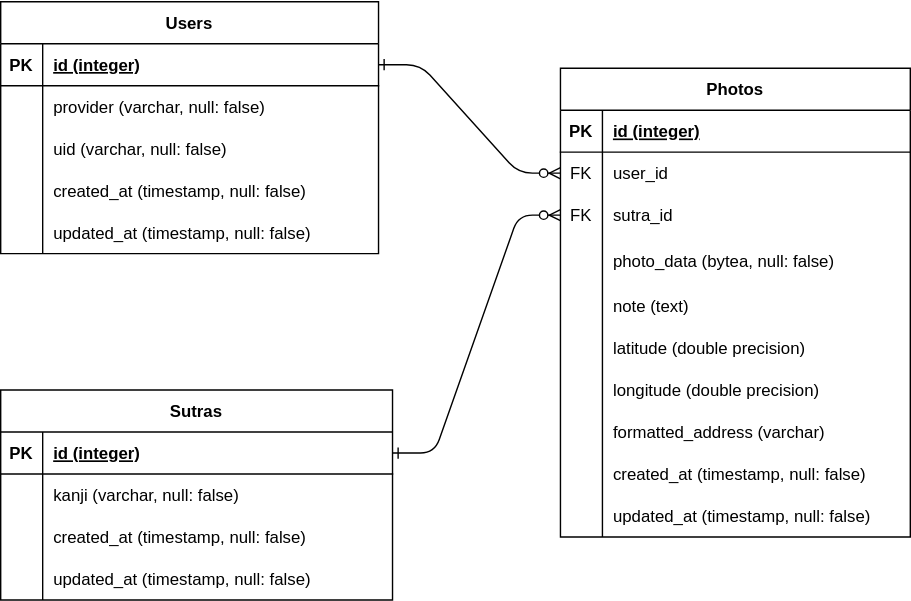
shirotamaki/entity-relationship-diagram keeps this draw.io diagram as outdoor-heart-sutra.drawio.svg. Above is the earlier version. Source tidied: cells renumbered, new cells last; positions are measured from the earlier drawing's top-left corner, leaving out a move shared by most shapes. Its diagram source:
```xml
<mxGraphModel>
  <root>
    <mxCell id="0" />
    <mxCell id="1" parent="0" />
    <mxCell id="2" value="Photos" style="shape=table;startSize=30;rowLines=0;fontStyle=1;align=center;" parent="1" vertex="1">
      <mxGeometry x="400" y="48" width="250" height="335" as="geometry" />
    </mxCell>
    <mxCell id="3" style="shape=partialRectangle;fillColor=none;top=0;left=0;right=0;bottom=1;" parent="2" vertex="1">
      <mxGeometry y="30" width="250" height="30" as="geometry" />
    </mxCell>
    <mxCell id="4" value="PK" style="shape=partialRectangle;overflow=hidden;fillColor=none;top=0;left=0;bottom=0;right=0;fontStyle=1;" parent="3" vertex="1">
      <mxGeometry width="30" height="30" as="geometry" />
    </mxCell>
    <mxCell id="5" value="id (integer)" style="shape=partialRectangle;overflow=hidden;fillColor=none;top=0;left=0;bottom=0;right=0;align=left;spacingLeft=6;fontStyle=5;" parent="3" vertex="1">
      <mxGeometry x="30" width="220" height="30" as="geometry" />
    </mxCell>
    <mxCell id="6" style="shape=partialRectangle;fillColor=none;points=[[0,0.5],[1,0.5]];portConstraint=eastwest;top=0;left=0;right=0;bottom=0;" parent="2" vertex="1">
      <mxGeometry y="60" width="250" height="30" as="geometry" />
    </mxCell>
    <mxCell id="7" value="FK" style="shape=partialRectangle;overflow=hidden;fillColor=none;top=0;left=0;bottom=0;right=0;" parent="6" vertex="1">
      <mxGeometry width="30" height="30" as="geometry" />
    </mxCell>
    <mxCell id="8" value="user_id" style="shape=partialRectangle;overflow=hidden;fillColor=none;top=0;left=0;bottom=0;right=0;align=left;spacingLeft=6;" parent="6" vertex="1">
      <mxGeometry x="30" width="220" height="30" as="geometry" />
    </mxCell>
    <mxCell id="9" style="shape=partialRectangle;fillColor=none;points=[[0,0.5],[1,0.5]];portConstraint=eastwest;top=0;left=0;right=0;bottom=0;" parent="2" vertex="1">
      <mxGeometry y="90" width="250" height="30" as="geometry" />
    </mxCell>
    <mxCell id="10" value="FK" style="shape=partialRectangle;overflow=hidden;fillColor=none;top=0;left=0;bottom=0;right=0;" parent="9" vertex="1">
      <mxGeometry width="30" height="30" as="geometry" />
    </mxCell>
    <mxCell id="11" value="sutra_id" style="shape=partialRectangle;overflow=hidden;fillColor=none;top=0;left=0;bottom=0;right=0;align=left;spacingLeft=6;" parent="9" vertex="1">
      <mxGeometry x="30" width="220" height="30" as="geometry" />
    </mxCell>
    <mxCell id="12" style="shape=partialRectangle;fillColor=none;top=0;left=0;right=0;bottom=0;" parent="2" vertex="1">
      <mxGeometry y="120" width="250" height="35" as="geometry" />
    </mxCell>
    <mxCell id="13" style="shape=partialRectangle;overflow=hidden;fillColor=none;top=0;left=0;bottom=0;right=0;" parent="12" vertex="1">
      <mxGeometry width="30" height="35" as="geometry" />
    </mxCell>
    <mxCell id="14" value="photo_data (bytea, null: false)" style="shape=partialRectangle;overflow=hidden;fillColor=none;top=0;left=0;bottom=0;right=0;align=left;spacingLeft=6;" parent="12" vertex="1">
      <mxGeometry x="30" width="220" height="35" as="geometry" />
    </mxCell>
    <mxCell id="15" style="shape=partialRectangle;fillColor=none;top=0;left=0;right=0;bottom=0;" parent="2" vertex="1">
      <mxGeometry y="155" width="250" height="30" as="geometry" />
    </mxCell>
    <mxCell id="16" style="shape=partialRectangle;overflow=hidden;fillColor=none;top=0;left=0;bottom=0;right=0;" parent="15" vertex="1">
      <mxGeometry width="30" height="30" as="geometry" />
    </mxCell>
    <mxCell id="17" value="note (text)" style="shape=partialRectangle;overflow=hidden;fillColor=none;top=0;left=0;bottom=0;right=0;align=left;spacingLeft=6;" parent="15" vertex="1">
      <mxGeometry x="30" width="220" height="30" as="geometry" />
    </mxCell>
    <mxCell id="18" style="shape=partialRectangle;fillColor=none;top=0;left=0;right=0;bottom=0;" parent="2" vertex="1">
      <mxGeometry y="185" width="250" height="30" as="geometry" />
    </mxCell>
    <mxCell id="19" style="shape=partialRectangle;overflow=hidden;fillColor=none;top=0;left=0;bottom=0;right=0;" parent="18" vertex="1">
      <mxGeometry width="30" height="30" as="geometry" />
    </mxCell>
    <mxCell id="20" value="latitude (double precision)" style="shape=partialRectangle;overflow=hidden;fillColor=none;top=0;left=0;bottom=0;right=0;align=left;spacingLeft=6;" parent="18" vertex="1">
      <mxGeometry x="30" width="220" height="30" as="geometry" />
    </mxCell>
    <mxCell id="21" style="shape=partialRectangle;fillColor=none;top=0;left=0;right=0;bottom=0;" parent="2" vertex="1">
      <mxGeometry y="215" width="250" height="30" as="geometry" />
    </mxCell>
    <mxCell id="22" style="shape=partialRectangle;overflow=hidden;fillColor=none;top=0;left=0;bottom=0;right=0;" parent="21" vertex="1">
      <mxGeometry width="30" height="30" as="geometry" />
    </mxCell>
    <mxCell id="23" value="longitude (double precision)" style="shape=partialRectangle;overflow=hidden;fillColor=none;top=0;left=0;bottom=0;right=0;align=left;spacingLeft=6;" parent="21" vertex="1">
      <mxGeometry x="30" width="220" height="30" as="geometry" />
    </mxCell>
    <mxCell id="24" style="shape=partialRectangle;fillColor=none;top=0;left=0;right=0;bottom=0;" parent="2" vertex="1">
      <mxGeometry y="245" width="250" height="30" as="geometry" />
    </mxCell>
    <mxCell id="25" style="shape=partialRectangle;overflow=hidden;fillColor=none;top=0;left=0;bottom=0;right=0;" parent="24" vertex="1">
      <mxGeometry width="30" height="30" as="geometry" />
    </mxCell>
    <mxCell id="26" value="formatted_address (varchar)" style="shape=partialRectangle;overflow=hidden;fillColor=none;top=0;left=0;bottom=0;right=0;align=left;spacingLeft=6;" parent="24" vertex="1">
      <mxGeometry x="30" width="220" height="30" as="geometry" />
    </mxCell>
    <mxCell id="27" style="shape=partialRectangle;fillColor=none;top=0;left=0;right=0;bottom=0;" parent="2" vertex="1">
      <mxGeometry y="275" width="250" height="30" as="geometry" />
    </mxCell>
    <mxCell id="28" style="shape=partialRectangle;overflow=hidden;fillColor=none;top=0;left=0;bottom=0;right=0;" parent="27" vertex="1">
      <mxGeometry width="30" height="30" as="geometry" />
    </mxCell>
    <mxCell id="29" value="created_at (timestamp, null: false)" style="shape=partialRectangle;overflow=hidden;fillColor=none;top=0;left=0;bottom=0;right=0;align=left;spacingLeft=6;" parent="27" vertex="1">
      <mxGeometry x="30" width="220" height="30" as="geometry" />
    </mxCell>
    <mxCell id="30" style="shape=partialRectangle;fillColor=none;top=0;left=0;right=0;bottom=0;" parent="2" vertex="1">
      <mxGeometry y="305" width="250" height="30" as="geometry" />
    </mxCell>
    <mxCell id="31" style="shape=partialRectangle;overflow=hidden;fillColor=none;top=0;left=0;bottom=0;right=0;" parent="30" vertex="1">
      <mxGeometry width="30" height="30" as="geometry" />
    </mxCell>
    <mxCell id="32" value="updated_at (timestamp, null: false)" style="shape=partialRectangle;overflow=hidden;fillColor=none;top=0;left=0;bottom=0;right=0;align=left;spacingLeft=6;" parent="30" vertex="1">
      <mxGeometry x="30" width="220" height="30" as="geometry" />
    </mxCell>
    <mxCell id="33" value="Users" style="shape=table;startSize=30;rowLines=0;fontStyle=1;align=center;" parent="1" vertex="1">
      <mxGeometry y="0.5" width="270" height="180" as="geometry" />
    </mxCell>
    <mxCell id="34" style="shape=partialRectangle;fillColor=none;points=[[0,0.5],[1,0.5]];portConstraint=eastwest;top=0;left=0;right=0;bottom=1;" parent="33" vertex="1">
      <mxGeometry y="30" width="270" height="30" as="geometry" />
    </mxCell>
    <mxCell id="35" value="PK" style="shape=partialRectangle;overflow=hidden;fillColor=none;top=0;left=0;bottom=0;right=0;fontStyle=1;" parent="34" vertex="1">
      <mxGeometry width="30" height="30" as="geometry" />
    </mxCell>
    <mxCell id="36" value="id (integer)" style="shape=partialRectangle;overflow=hidden;fillColor=none;top=0;left=0;bottom=0;right=0;align=left;spacingLeft=6;fontStyle=5;" parent="34" vertex="1">
      <mxGeometry x="30" width="240" height="30" as="geometry" />
    </mxCell>
    <mxCell id="37" style="shape=partialRectangle;fillColor=none;top=0;left=0;right=0;bottom=0;" parent="33" vertex="1">
      <mxGeometry y="60" width="270" height="30" as="geometry" />
    </mxCell>
    <mxCell id="38" style="shape=partialRectangle;overflow=hidden;fillColor=none;top=0;left=0;bottom=0;right=0;" parent="37" vertex="1">
      <mxGeometry width="30" height="30" as="geometry" />
    </mxCell>
    <mxCell id="39" value="provider (varchar, null: false)" style="shape=partialRectangle;overflow=hidden;fillColor=none;top=0;left=0;bottom=0;right=0;align=left;spacingLeft=6;" parent="37" vertex="1">
      <mxGeometry x="30" width="240" height="30" as="geometry" />
    </mxCell>
    <mxCell id="40" style="shape=partialRectangle;fillColor=none;top=0;left=0;right=0;bottom=0;" parent="33" vertex="1">
      <mxGeometry y="90" width="270" height="30" as="geometry" />
    </mxCell>
    <mxCell id="41" style="shape=partialRectangle;overflow=hidden;fillColor=none;top=0;left=0;bottom=0;right=0;" parent="40" vertex="1">
      <mxGeometry width="30" height="30" as="geometry" />
    </mxCell>
    <mxCell id="42" value="uid (varchar, null: false)" style="shape=partialRectangle;overflow=hidden;fillColor=none;top=0;left=0;bottom=0;right=0;align=left;spacingLeft=6;" parent="40" vertex="1">
      <mxGeometry x="30" width="240" height="30" as="geometry" />
    </mxCell>
    <mxCell id="43" style="shape=partialRectangle;fillColor=none;top=0;left=0;right=0;bottom=0;" parent="33" vertex="1">
      <mxGeometry y="120" width="270" height="30" as="geometry" />
    </mxCell>
    <mxCell id="44" style="shape=partialRectangle;overflow=hidden;fillColor=none;top=0;left=0;bottom=0;right=0;" parent="43" vertex="1">
      <mxGeometry width="30" height="30" as="geometry" />
    </mxCell>
    <mxCell id="45" value="created_at (timestamp, null: false)" style="shape=partialRectangle;overflow=hidden;fillColor=none;top=0;left=0;bottom=0;right=0;align=left;spacingLeft=6;" parent="43" vertex="1">
      <mxGeometry x="30" width="240" height="30" as="geometry" />
    </mxCell>
    <mxCell id="46" style="shape=partialRectangle;fillColor=none;top=0;left=0;right=0;bottom=0;" parent="33" vertex="1">
      <mxGeometry y="150" width="270" height="30" as="geometry" />
    </mxCell>
    <mxCell id="47" style="shape=partialRectangle;overflow=hidden;fillColor=none;top=0;left=0;bottom=0;right=0;" parent="46" vertex="1">
      <mxGeometry width="30" height="30" as="geometry" />
    </mxCell>
    <mxCell id="48" value="updated_at (timestamp, null: false)" style="shape=partialRectangle;overflow=hidden;fillColor=none;top=0;left=0;bottom=0;right=0;align=left;spacingLeft=6;" parent="46" vertex="1">
      <mxGeometry x="30" width="240" height="30" as="geometry" />
    </mxCell>
    <mxCell id="49" value="Sutras" style="shape=table;startSize=30;rowLines=0;fontStyle=1;align=center;" parent="1" vertex="1">
      <mxGeometry y="278" width="280" height="150" as="geometry" />
    </mxCell>
    <mxCell id="50" style="shape=partialRectangle;fillColor=none;points=[[0,0.5],[1,0.5]];portConstraint=eastwest;top=0;left=0;right=0;bottom=1;" parent="49" vertex="1">
      <mxGeometry y="30" width="280" height="30" as="geometry" />
    </mxCell>
    <mxCell id="51" value="PK" style="shape=partialRectangle;overflow=hidden;fillColor=none;top=0;left=0;bottom=0;right=0;fontStyle=1;" parent="50" vertex="1">
      <mxGeometry width="30" height="30" as="geometry" />
    </mxCell>
    <mxCell id="52" value="id (integer)" style="shape=partialRectangle;overflow=hidden;fillColor=none;top=0;left=0;bottom=0;right=0;align=left;spacingLeft=6;fontStyle=5;" parent="50" vertex="1">
      <mxGeometry x="30" width="250" height="30" as="geometry" />
    </mxCell>
    <mxCell id="53" style="shape=partialRectangle;fillColor=none;top=0;left=0;right=0;bottom=0;" parent="49" vertex="1">
      <mxGeometry y="60" width="280" height="30" as="geometry" />
    </mxCell>
    <mxCell id="54" style="shape=partialRectangle;overflow=hidden;fillColor=none;top=0;left=0;bottom=0;right=0;" parent="53" vertex="1">
      <mxGeometry width="30" height="30" as="geometry" />
    </mxCell>
    <mxCell id="55" value="kanji (varchar, null: false)" style="shape=partialRectangle;overflow=hidden;fillColor=none;top=0;left=0;bottom=0;right=0;align=left;spacingLeft=6;" parent="53" vertex="1">
      <mxGeometry x="30" width="250" height="30" as="geometry" />
    </mxCell>
    <mxCell id="56" style="shape=partialRectangle;fillColor=none;top=0;left=0;right=0;bottom=0;" parent="49" vertex="1">
      <mxGeometry y="90" width="280" height="30" as="geometry" />
    </mxCell>
    <mxCell id="57" style="shape=partialRectangle;overflow=hidden;fillColor=none;top=0;left=0;bottom=0;right=0;" parent="56" vertex="1">
      <mxGeometry width="30" height="30" as="geometry" />
    </mxCell>
    <mxCell id="58" value="created_at (timestamp, null: false)" style="shape=partialRectangle;overflow=hidden;fillColor=none;top=0;left=0;bottom=0;right=0;align=left;spacingLeft=6;" parent="56" vertex="1">
      <mxGeometry x="30" width="250" height="30" as="geometry" />
    </mxCell>
    <mxCell id="59" style="shape=partialRectangle;fillColor=none;top=0;left=0;right=0;bottom=0;" parent="49" vertex="1">
      <mxGeometry y="120" width="280" height="30" as="geometry" />
    </mxCell>
    <mxCell id="60" style="shape=partialRectangle;overflow=hidden;fillColor=none;top=0;left=0;bottom=0;right=0;" parent="59" vertex="1">
      <mxGeometry width="30" height="30" as="geometry" />
    </mxCell>
    <mxCell id="61" value="updated_at (timestamp, null: false)" style="shape=partialRectangle;overflow=hidden;fillColor=none;top=0;left=0;bottom=0;right=0;align=left;spacingLeft=6;" parent="59" vertex="1">
      <mxGeometry x="30" width="250" height="30" as="geometry" />
    </mxCell>
    <mxCell id="62" style="edgeStyle=entityRelationEdgeStyle;endArrow=ERzeroToMany;startArrow=ERone;endFill=1;startFill=0;exitX=1;exitY=0.5;exitDx=0;exitDy=0;entryX=0;entryY=0.5;entryDx=0;entryDy=0;" parent="1" edge="1" source="34" target="6">
      <mxGeometry relative="1" as="geometry" />
    </mxCell>
    <mxCell id="63" style="edgeStyle=entityRelationEdgeStyle;endArrow=ERzeroToMany;startArrow=ERone;endFill=1;startFill=0;exitX=1;exitY=0.5;exitDx=0;exitDy=0;entryX=0;entryY=0.5;entryDx=0;entryDy=0;" parent="1" edge="1" source="50" target="9">
      <mxGeometry relative="1" as="geometry" />
    </mxCell>
  </root>
</mxGraphModel>
```
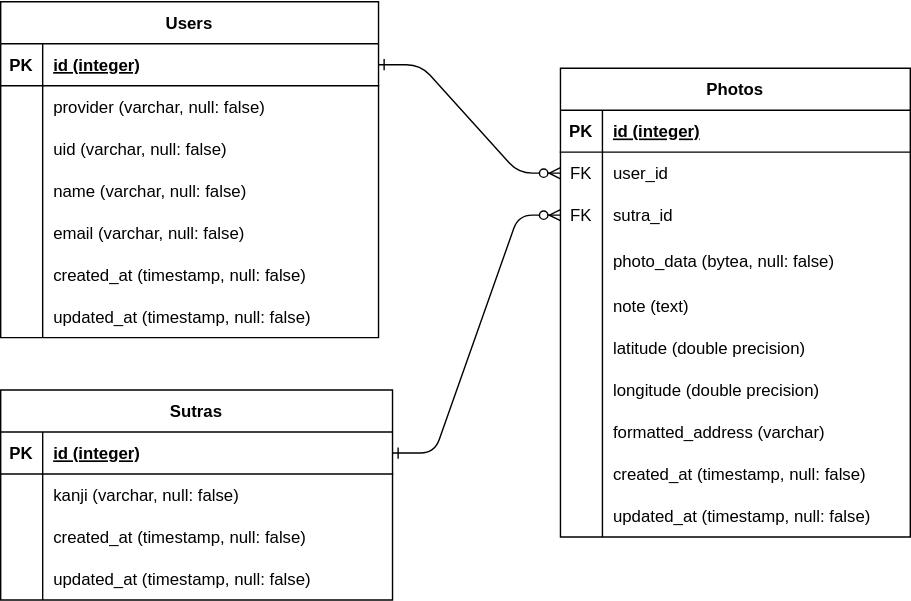
After the commit.

Commit message:
outdoor-heart-sutra.drawio.svg を追加しました。

Change to the diagram source:
```diff
@@ -96,7 +96,7 @@
       <mxGeometry x="30" width="220" height="30" as="geometry" />
     </mxCell>
     <mxCell id="33" value="Users" style="shape=table;startSize=30;rowLines=0;fontStyle=1;align=center;" parent="1" vertex="1">
-      <mxGeometry y="0.5" width="270" height="180" as="geometry" />
+      <mxGeometry y="0.5" width="270" height="240" as="geometry" />
     </mxCell>
     <mxCell id="34" style="shape=partialRectangle;fillColor=none;points=[[0,0.5],[1,0.5]];portConstraint=eastwest;top=0;left=0;right=0;bottom=1;" parent="33" vertex="1">
       <mxGeometry y="30" width="270" height="30" as="geometry" />
@@ -131,7 +131,7 @@
     <mxCell id="44" style="shape=partialRectangle;overflow=hidden;fillColor=none;top=0;left=0;bottom=0;right=0;" parent="43" vertex="1">
       <mxGeometry width="30" height="30" as="geometry" />
     </mxCell>
-    <mxCell id="45" value="created_at (timestamp, null: false)" style="shape=partialRectangle;overflow=hidden;fillColor=none;top=0;left=0;bottom=0;right=0;align=left;spacingLeft=6;" parent="43" vertex="1">
+    <mxCell id="45" value="name (varchar, null: false)" style="shape=partialRectangle;overflow=hidden;fillColor=none;top=0;left=0;bottom=0;right=0;align=left;spacingLeft=6;" parent="43" vertex="1">
       <mxGeometry x="30" width="240" height="30" as="geometry" />
     </mxCell>
     <mxCell id="46" style="shape=partialRectangle;fillColor=none;top=0;left=0;right=0;bottom=0;" parent="33" vertex="1">
@@ -140,9 +140,27 @@
     <mxCell id="47" style="shape=partialRectangle;overflow=hidden;fillColor=none;top=0;left=0;bottom=0;right=0;" parent="46" vertex="1">
       <mxGeometry width="30" height="30" as="geometry" />
     </mxCell>
-    <mxCell id="48" value="updated_at (timestamp, null: false)" style="shape=partialRectangle;overflow=hidden;fillColor=none;top=0;left=0;bottom=0;right=0;align=left;spacingLeft=6;" parent="46" vertex="1">
+    <mxCell id="48" value="email (varchar, null: false)" style="shape=partialRectangle;overflow=hidden;fillColor=none;top=0;left=0;bottom=0;right=0;align=left;spacingLeft=6;" parent="46" vertex="1">
       <mxGeometry x="30" width="240" height="30" as="geometry" />
     </mxCell>
+    <mxCell id="64" style="shape=partialRectangle;fillColor=none;top=0;left=0;right=0;bottom=0;" parent="33" vertex="1">
+      <mxGeometry y="180" width="270" height="30" as="geometry" />
+    </mxCell>
+    <mxCell id="65" style="shape=partialRectangle;overflow=hidden;fillColor=none;top=0;left=0;bottom=0;right=0;" parent="64" vertex="1">
+      <mxGeometry width="30" height="30" as="geometry" />
+    </mxCell>
+    <mxCell id="66" value="created_at (timestamp, null: false)" style="shape=partialRectangle;overflow=hidden;fillColor=none;top=0;left=0;bottom=0;right=0;align=left;spacingLeft=6;" parent="64" vertex="1">
+      <mxGeometry x="30" width="240" height="30" as="geometry" />
+    </mxCell>
+    <mxCell id="67" style="shape=partialRectangle;fillColor=none;top=0;left=0;right=0;bottom=0;" parent="33" vertex="1">
+      <mxGeometry y="210" width="270" height="30" as="geometry" />
+    </mxCell>
+    <mxCell id="68" style="shape=partialRectangle;overflow=hidden;fillColor=none;top=0;left=0;bottom=0;right=0;" parent="67" vertex="1">
+      <mxGeometry width="30" height="30" as="geometry" />
+    </mxCell>
+    <mxCell id="69" value="updated_at (timestamp, null: false)" style="shape=partialRectangle;overflow=hidden;fillColor=none;top=0;left=0;bottom=0;right=0;align=left;spacingLeft=6;" parent="67" vertex="1">
+      <mxGeometry x="30" width="240" height="30" as="geometry" />
+    </mxCell>
     <mxCell id="49" value="Sutras" style="shape=table;startSize=30;rowLines=0;fontStyle=1;align=center;" parent="1" vertex="1">
       <mxGeometry y="278" width="280" height="150" as="geometry" />
     </mxCell>
```
